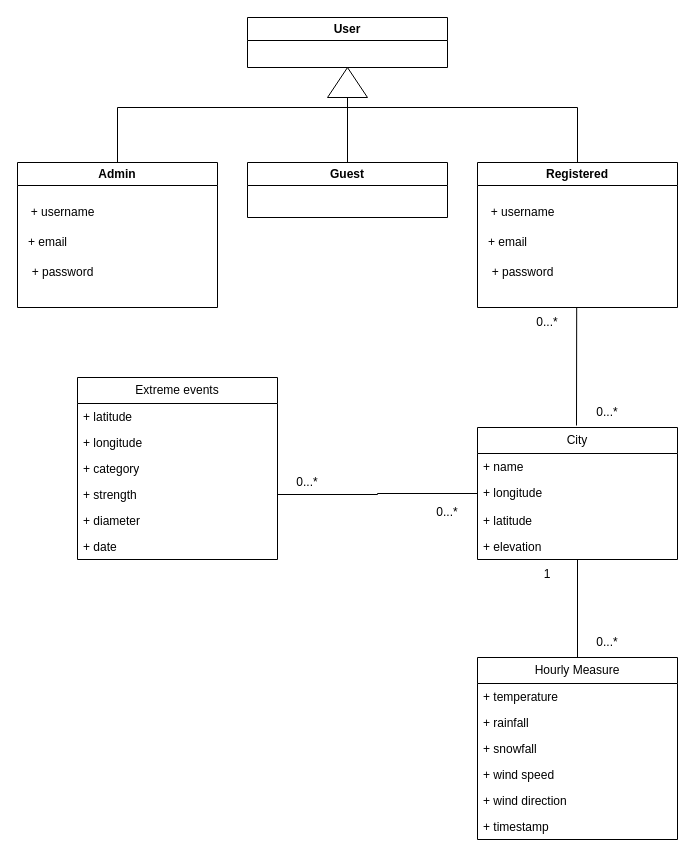
Above: uml.drawio in AlessioSmn/Italy-Weather-Prediction-App (draw.io), before the change. Source tidied: cells renumbered, new cells numbered last; positions are measured from the earlier drawing's top-left corner, leaving out a move shared by most shapes. Both pictures are drawn from the tidied source at 100%, with x=0, y=0 at pixel (17, 17).
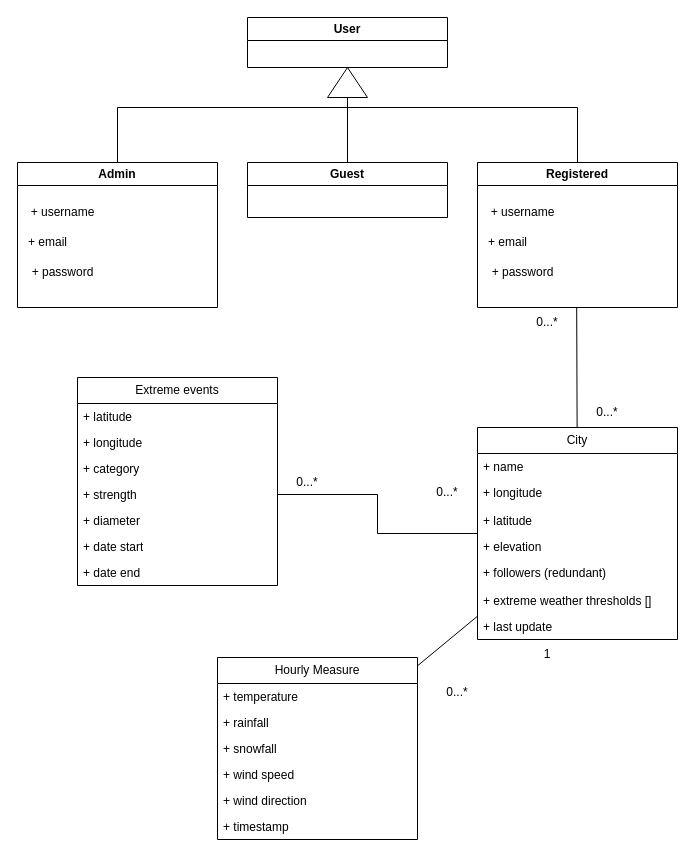
After the change.

Diff of the diagram source:
```diff
@@
-    <mxCell id="12" style="endArrow=none;html=1;rounded=0;" parent="1" edge="1">
+    <mxCell id="12" style="endArrow=none;html=1;rounded=0;" parent="1" edge="1" source="30">
       <mxGeometry relative="1" as="geometry">
-        <mxPoint x="559" y="408" as="sourcePoint" />
         <mxPoint x="559.2" y="290" as="targetPoint" />
       </mxGeometry>
     </mxCell>
-    <mxCell id="13" style="endArrow=none;html=1;rounded=0;exitX=0;exitY=1;exitDx=0;exitDy=0;" parent="1" edge="1" source="44" target="30">
+    <mxCell id="13" style="endArrow=none;html=1;rounded=0;" parent="1" edge="1" source="36" target="30">
       <mxGeometry relative="1" as="geometry" />
     </mxCell>
@@
     <mxCell id="20" value="Extreme events" style="swimlane;fontStyle=0;horizontal=1;startSize=26;fillColor=none;whiteSpace=wrap;html=1;" parent="1" vertex="1">
-      <mxGeometry x="60" y="360" width="200" height="182" as="geometry" />
+      <mxGeometry x="60" y="360" width="200" height="208" as="geometry" />
     </mxCell>
@@
+    <mxCell id="45" value="+ date start" style="text;strokeColor=none;fillColor=none;align=left;verticalAlign=top;spacingLeft=4;spacingRight=4;overflow=hidden;whiteSpace=wrap;html=1;" parent="20" vertex="1">
+      <mxGeometry y="156" width="200" height="26" as="geometry" />
+    </mxCell>
-    <mxCell id="26" value="+ date" style="text;strokeColor=none;fillColor=none;align=left;verticalAlign=top;spacingLeft=4;spacingRight=4;overflow=hidden;whiteSpace=wrap;html=1;" parent="20" vertex="1">
-      <mxGeometry y="156" width="200" height="26" as="geometry" />
+    <mxCell id="26" value="+ date end" style="text;strokeColor=none;fillColor=none;align=left;verticalAlign=top;spacingLeft=4;spacingRight=4;overflow=hidden;whiteSpace=wrap;html=1;" parent="20" vertex="1">
+      <mxGeometry y="182" width="200" height="26" as="geometry" />
     </mxCell>
@@
     <mxCell id="29" value="0...*" style="text;html=1;align=center;verticalAlign=middle;whiteSpace=wrap;rounded=0;" parent="1" vertex="1">
-      <mxGeometry x="400" y="480" width="60" height="30" as="geometry" />
+      <mxGeometry x="400" y="460" width="60" height="30" as="geometry" />
     </mxCell>
     <mxCell id="30" value="City" style="swimlane;fontStyle=0;horizontal=1;startSize=26;fillColor=none;whiteSpace=wrap;html=1;" parent="1" vertex="1">
-      <mxGeometry x="460" y="410" width="200" height="132" as="geometry" />
+      <mxGeometry x="460" y="410" width="200" height="212" as="geometry" />
     </mxCell>
@@
+    <mxCell id="46" value="+ elevation" style="text;strokeColor=none;fillColor=none;align=left;verticalAlign=top;spacingLeft=4;spacingRight=4;overflow=hidden;whiteSpace=wrap;html=1;" parent="30" vertex="1">
+      <mxGeometry y="106" width="200" height="26" as="geometry" />
+    </mxCell>
+    <mxCell id="47" value="+ followers (redundant)" style="text;strokeColor=none;fillColor=none;align=left;verticalAlign=top;spacingLeft=4;spacingRight=4;overflow=hidden;whiteSpace=wrap;html=1;" parent="30" vertex="1">
+      <mxGeometry y="132" width="200" height="28" as="geometry" />
+    </mxCell>
+    <mxCell id="48" value="+ extreme weather thresholds []" style="text;strokeColor=none;fillColor=none;align=left;verticalAlign=top;spacingLeft=4;spacingRight=4;overflow=hidden;whiteSpace=wrap;html=1;" parent="30" vertex="1">
+      <mxGeometry y="160" width="200" height="26" as="geometry" />
+    </mxCell>
-    <mxCell id="34" value="+ elevation" style="text;strokeColor=none;fillColor=none;align=left;verticalAlign=top;spacingLeft=4;spacingRight=4;overflow=hidden;whiteSpace=wrap;html=1;" parent="30" vertex="1">
-      <mxGeometry y="106" width="200" height="26" as="geometry" />
+    <mxCell id="34" value="+ last update" style="text;strokeColor=none;fillColor=none;align=left;verticalAlign=top;spacingLeft=4;spacingRight=4;overflow=hidden;whiteSpace=wrap;html=1;" parent="30" vertex="1">
+      <mxGeometry y="186" width="200" height="26" as="geometry" />
     </mxCell>
@@
     <mxCell id="36" value="Hourly Measure" style="swimlane;fontStyle=0;horizontal=1;startSize=26;fillColor=none;whiteSpace=wrap;html=1;" parent="1" vertex="1">
-      <mxGeometry x="460" y="640" width="200" height="182" as="geometry" />
+      <mxGeometry x="200" y="640" width="200" height="182" as="geometry" />
     </mxCell>
@@
     <mxCell id="43" value="1" style="text;html=1;align=center;verticalAlign=middle;whiteSpace=wrap;rounded=0;" parent="1" vertex="1">
-      <mxGeometry x="500" y="542" width="60" height="30" as="geometry" />
+      <mxGeometry x="500" y="622" width="60" height="30" as="geometry" />
     </mxCell>
     <mxCell id="44" value="0...*" style="text;html=1;align=center;verticalAlign=middle;whiteSpace=wrap;rounded=0;" parent="1" vertex="1">
-      <mxGeometry x="560" y="610" width="60" height="30" as="geometry" />
+      <mxGeometry x="410" y="660" width="60" height="30" as="geometry" />
     </mxCell>
```
